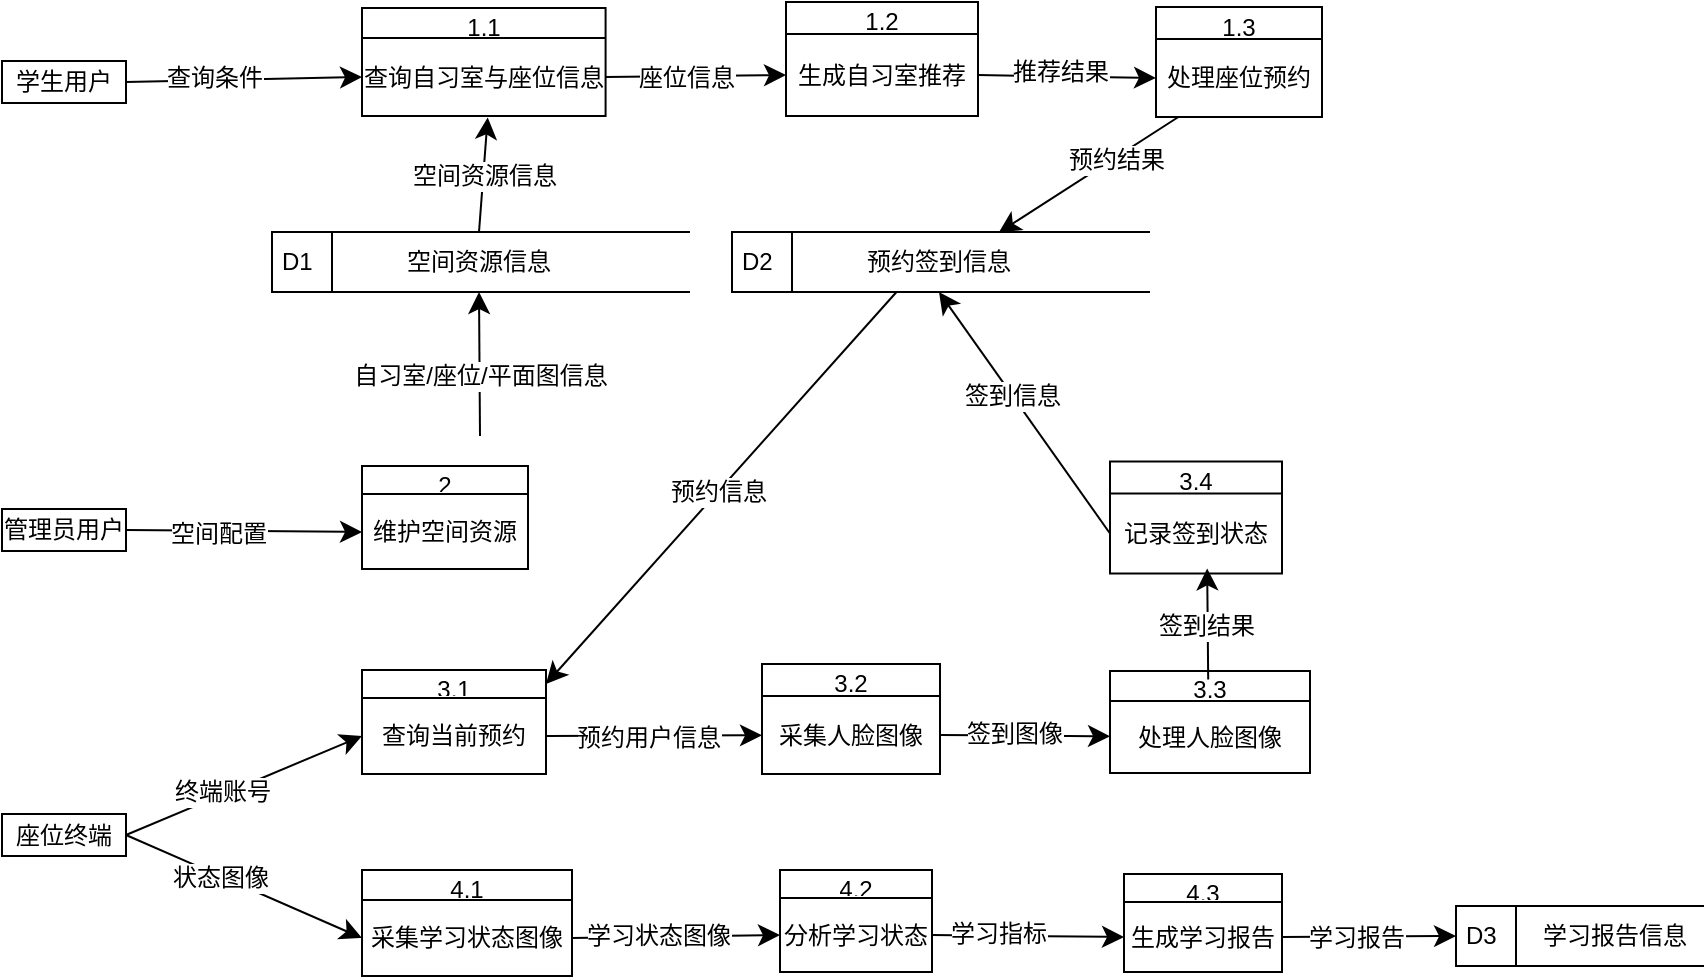
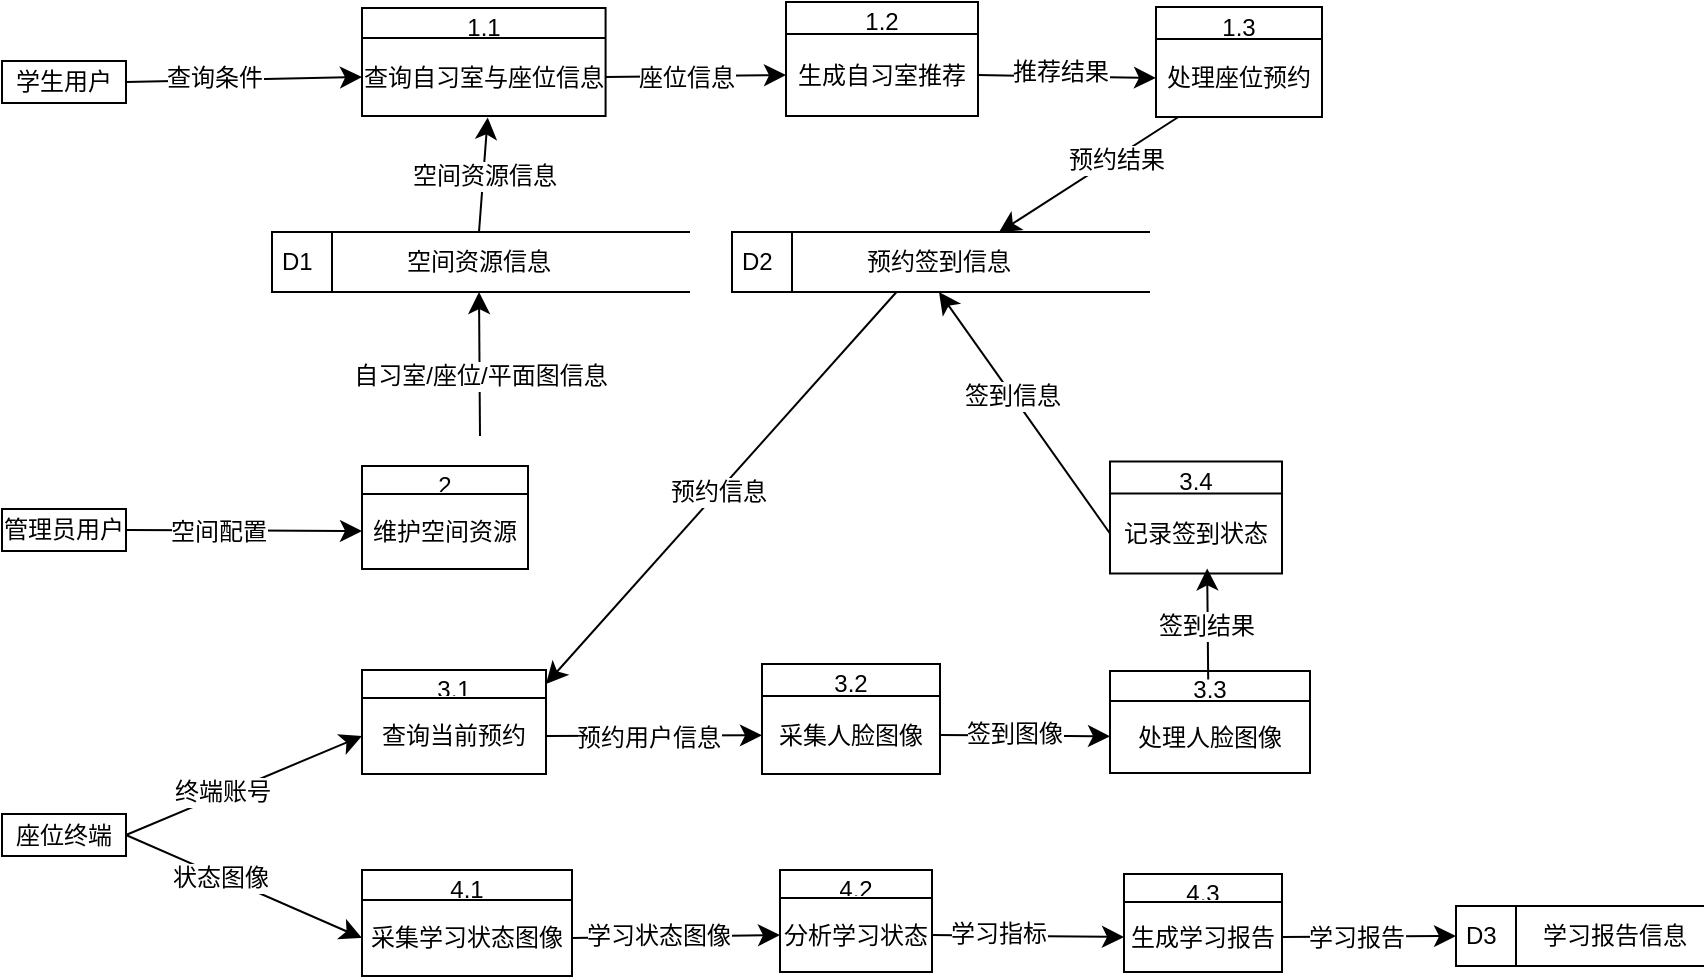
<mxfile host="app.diagrams.net">
  <diagram name="Page-1" id="rwQ87aoUKdvJ49dj3ggm">
    <mxGraphModel dx="1761" dy="1483" grid="0" gridSize="10" guides="1" tooltips="1" connect="1" arrows="1" fold="1" page="0" pageScale="1" pageWidth="827" pageHeight="1169" math="0" shadow="0">
      <root>
        <mxCell id="0" />
        <mxCell id="1" parent="0" />
        <mxCell id="03euvOwXVPt6zQrmq0_L-18" parent="1" style="whiteSpace=wrap;html=1;" value="学生用户" vertex="1">
          <mxGeometry height="21" width="62" x="-423" y="-694.5" as="geometry" />
        </mxCell>
        <mxCell id="03euvOwXVPt6zQrmq0_L-19" parent="1" style="shape=table;startSize=0;container=1;collapsible=0;childLayout=tableLayout;fixedHeader=1;" value="" vertex="1">
          <mxGeometry height="54" width="121.79171752929703" x="-243" y="-721" as="geometry" />
        </mxCell>
        <mxCell id="03euvOwXVPt6zQrmq0_L-20" parent="03euvOwXVPt6zQrmq0_L-19" style="shape=tableRow;horizontal=0;startSize=0;swimlaneHead=0;swimlaneBody=0;strokeColor=inherit;top=0;left=0;bottom=0;right=0;collapsible=0;dropTarget=0;fillColor=none;points=[[0,0.5],[1,0.5]];portConstraint=eastwest;fixedHeader=1;" value="" vertex="1">
          <mxGeometry height="15" width="121.79171752929703" as="geometry" />
        </mxCell>
        <mxCell id="03euvOwXVPt6zQrmq0_L-21" parent="03euvOwXVPt6zQrmq0_L-20" style="shape=partialRectangle;html=1;whiteSpace=wrap;connectable=0;strokeColor=inherit;overflow=hidden;fillColor=none;top=0;left=0;bottom=0;right=0;pointerEvents=1;" value="1.1" vertex="1">
          <mxGeometry height="15" width="122" as="geometry">
            <mxRectangle height="15" width="122" as="alternateBounds" />
          </mxGeometry>
        </mxCell>
        <mxCell id="03euvOwXVPt6zQrmq0_L-22" parent="03euvOwXVPt6zQrmq0_L-19" style="shape=tableRow;horizontal=0;startSize=0;swimlaneHead=0;swimlaneBody=0;strokeColor=inherit;top=0;left=0;bottom=0;right=0;collapsible=0;dropTarget=0;fillColor=none;points=[[0,0.5],[1,0.5]];portConstraint=eastwest;fixedHeader=1;" value="" vertex="1">
          <mxGeometry height="39" width="121.79171752929703" y="15" as="geometry" />
        </mxCell>
        <mxCell id="03euvOwXVPt6zQrmq0_L-23" parent="03euvOwXVPt6zQrmq0_L-22" style="shape=partialRectangle;html=1;whiteSpace=wrap;connectable=0;strokeColor=inherit;overflow=hidden;fillColor=none;top=0;left=0;bottom=0;right=0;pointerEvents=1;" value="查询自习室与座位信息" vertex="1">
          <mxGeometry height="39" width="122" as="geometry">
            <mxRectangle height="39" width="122" as="alternateBounds" />
          </mxGeometry>
        </mxCell>
        <mxCell id="03euvOwXVPt6zQrmq0_L-25" edge="1" parent="1" source="03euvOwXVPt6zQrmq0_L-18" style="edgeStyle=none;curved=1;rounded=0;orthogonalLoop=1;jettySize=auto;html=1;exitX=1;exitY=0.5;exitDx=0;exitDy=0;entryX=0;entryY=0.5;entryDx=0;entryDy=0;fontSize=12;startSize=8;endSize=8;" target="03euvOwXVPt6zQrmq0_L-22">
          <mxGeometry relative="1" as="geometry" />
        </mxCell>
        <mxCell id="03euvOwXVPt6zQrmq0_L-28" connectable="0" parent="03euvOwXVPt6zQrmq0_L-25" style="edgeLabel;html=1;align=center;verticalAlign=middle;resizable=0;points=[];fontSize=12;" value="查询条件" vertex="1">
          <mxGeometry relative="1" x="-0.2628" y="1" as="geometry">
            <mxPoint as="offset" />
          </mxGeometry>
        </mxCell>
        <mxCell id="03euvOwXVPt6zQrmq0_L-34" parent="1" style="shape=table;startSize=0;container=1;collapsible=0;childLayout=tableLayout;fixedHeader=1;" value="" vertex="1">
          <mxGeometry height="57" width="96" x="-31" y="-724" as="geometry" />
        </mxCell>
        <mxCell id="03euvOwXVPt6zQrmq0_L-35" parent="03euvOwXVPt6zQrmq0_L-34" style="shape=tableRow;horizontal=0;startSize=0;swimlaneHead=0;swimlaneBody=0;strokeColor=inherit;top=0;left=0;bottom=0;right=0;collapsible=0;dropTarget=0;fillColor=none;points=[[0,0.5],[1,0.5]];portConstraint=eastwest;fixedHeader=1;" value="" vertex="1">
          <mxGeometry height="16" width="96" as="geometry" />
        </mxCell>
        <mxCell id="03euvOwXVPt6zQrmq0_L-36" parent="03euvOwXVPt6zQrmq0_L-35" style="shape=partialRectangle;html=1;whiteSpace=wrap;connectable=0;strokeColor=inherit;overflow=hidden;fillColor=none;top=0;left=0;bottom=0;right=0;pointerEvents=1;" value="1.2" vertex="1">
          <mxGeometry height="16" width="96" as="geometry">
            <mxRectangle height="16" width="96" as="alternateBounds" />
          </mxGeometry>
        </mxCell>
        <mxCell id="03euvOwXVPt6zQrmq0_L-37" parent="03euvOwXVPt6zQrmq0_L-34" style="shape=tableRow;horizontal=0;startSize=0;swimlaneHead=0;swimlaneBody=0;strokeColor=inherit;top=0;left=0;bottom=0;right=0;collapsible=0;dropTarget=0;fillColor=none;points=[[0,0.5],[1,0.5]];portConstraint=eastwest;fixedHeader=1;" value="" vertex="1">
          <mxGeometry height="41" width="96" y="16" as="geometry" />
        </mxCell>
        <mxCell id="03euvOwXVPt6zQrmq0_L-38" parent="03euvOwXVPt6zQrmq0_L-37" style="shape=partialRectangle;html=1;whiteSpace=wrap;connectable=0;strokeColor=inherit;overflow=hidden;fillColor=none;top=0;left=0;bottom=0;right=0;pointerEvents=1;" value="生成自习室推荐" vertex="1">
          <mxGeometry height="41" width="96" as="geometry">
            <mxRectangle height="41" width="96" as="alternateBounds" />
          </mxGeometry>
        </mxCell>
        <mxCell id="03euvOwXVPt6zQrmq0_L-39" parent="1" style="shape=table;startSize=0;container=1;collapsible=0;childLayout=tableLayout;fixedHeader=1;" value="" vertex="1">
          <mxGeometry height="55" width="83" x="154" y="-721.5" as="geometry" />
        </mxCell>
        <mxCell id="03euvOwXVPt6zQrmq0_L-40" parent="03euvOwXVPt6zQrmq0_L-39" style="shape=tableRow;horizontal=0;startSize=0;swimlaneHead=0;swimlaneBody=0;strokeColor=inherit;top=0;left=0;bottom=0;right=0;collapsible=0;dropTarget=0;fillColor=none;points=[[0,0.5],[1,0.5]];portConstraint=eastwest;fixedHeader=1;" value="" vertex="1">
          <mxGeometry height="16" width="83" as="geometry" />
        </mxCell>
        <mxCell id="03euvOwXVPt6zQrmq0_L-41" parent="03euvOwXVPt6zQrmq0_L-40" style="shape=partialRectangle;html=1;whiteSpace=wrap;connectable=0;strokeColor=inherit;overflow=hidden;fillColor=none;top=0;left=0;bottom=0;right=0;pointerEvents=1;" value="1.3" vertex="1">
          <mxGeometry height="16" width="83" as="geometry">
            <mxRectangle height="16" width="83" as="alternateBounds" />
          </mxGeometry>
        </mxCell>
        <mxCell id="03euvOwXVPt6zQrmq0_L-42" parent="03euvOwXVPt6zQrmq0_L-39" style="shape=tableRow;horizontal=0;startSize=0;swimlaneHead=0;swimlaneBody=0;strokeColor=inherit;top=0;left=0;bottom=0;right=0;collapsible=0;dropTarget=0;fillColor=none;points=[[0,0.5],[1,0.5]];portConstraint=eastwest;fixedHeader=1;" value="" vertex="1">
          <mxGeometry height="39" width="83" y="16" as="geometry" />
        </mxCell>
        <mxCell id="03euvOwXVPt6zQrmq0_L-43" parent="03euvOwXVPt6zQrmq0_L-42" style="shape=partialRectangle;html=1;whiteSpace=wrap;connectable=0;strokeColor=inherit;overflow=hidden;fillColor=none;top=0;left=0;bottom=0;right=0;pointerEvents=1;" value="处理座位预约" vertex="1">
          <mxGeometry height="39" width="83" as="geometry">
            <mxRectangle height="39" width="83" as="alternateBounds" />
          </mxGeometry>
        </mxCell>
        <mxCell id="03euvOwXVPt6zQrmq0_L-44" parent="1" style="html=1;dashed=0;whiteSpace=wrap;shape=mxgraph.dfd.dataStoreID;align=left;spacingLeft=3;points=[[0,0],[0.5,0],[1,0],[0,0.5],[1,0.5],[0,1],[0.5,1],[1,1]];" value="D1" vertex="1">
          <mxGeometry height="30" width="209" x="-288" y="-609" as="geometry" />
        </mxCell>
        <mxCell id="03euvOwXVPt6zQrmq0_L-47" edge="1" parent="1" source="03euvOwXVPt6zQrmq0_L-22" style="edgeStyle=none;curved=1;rounded=0;orthogonalLoop=1;jettySize=auto;html=1;exitX=1;exitY=0.5;exitDx=0;exitDy=0;entryX=0;entryY=0.5;entryDx=0;entryDy=0;fontSize=12;startSize=8;endSize=8;" target="03euvOwXVPt6zQrmq0_L-37">
          <mxGeometry relative="1" as="geometry" />
        </mxCell>
        <mxCell id="03euvOwXVPt6zQrmq0_L-48" connectable="0" parent="03euvOwXVPt6zQrmq0_L-47" style="edgeLabel;html=1;align=center;verticalAlign=middle;resizable=0;points=[];fontSize=12;" value="座位信息" vertex="1">
          <mxGeometry relative="1" x="-0.1236" y="-1" as="geometry">
            <mxPoint as="offset" />
          </mxGeometry>
        </mxCell>
        <mxCell id="03euvOwXVPt6zQrmq0_L-49" parent="1" style="text;html=1;whiteSpace=wrap;strokeColor=none;fillColor=none;align=center;verticalAlign=middle;rounded=0;fontSize=12;" value="空间资源信息" vertex="1">
          <mxGeometry height="30" width="85" x="-227" y="-609" as="geometry" />
        </mxCell>
        <mxCell id="03euvOwXVPt6zQrmq0_L-51" edge="1" parent="1" source="03euvOwXVPt6zQrmq0_L-37" style="edgeStyle=none;curved=1;rounded=0;orthogonalLoop=1;jettySize=auto;html=1;exitX=1;exitY=0.5;exitDx=0;exitDy=0;entryX=0;entryY=0.5;entryDx=0;entryDy=0;fontSize=12;startSize=8;endSize=8;" target="03euvOwXVPt6zQrmq0_L-42">
          <mxGeometry relative="1" as="geometry" />
        </mxCell>
        <mxCell id="03euvOwXVPt6zQrmq0_L-52" connectable="0" parent="03euvOwXVPt6zQrmq0_L-51" style="edgeLabel;html=1;align=center;verticalAlign=middle;resizable=0;points=[];fontSize=12;" value="推荐结果" vertex="1">
          <mxGeometry relative="1" x="-0.0884" y="2" as="geometry">
            <mxPoint as="offset" />
          </mxGeometry>
        </mxCell>
        <mxCell id="03euvOwXVPt6zQrmq0_L-53" parent="1" style="html=1;dashed=0;whiteSpace=wrap;shape=mxgraph.dfd.dataStoreID;align=left;spacingLeft=3;points=[[0,0],[0.5,0],[1,0],[0,0.5],[1,0.5],[0,1],[0.5,1],[1,1]];" value="D2" vertex="1">
          <mxGeometry height="30" width="209" x="-58" y="-609" as="geometry" />
        </mxCell>
        <mxCell id="03euvOwXVPt6zQrmq0_L-140" edge="1" parent="1" source="03euvOwXVPt6zQrmq0_L-54" style="edgeStyle=none;curved=1;rounded=0;orthogonalLoop=1;jettySize=auto;html=1;exitX=0.25;exitY=1;exitDx=0;exitDy=0;entryX=1;entryY=0.5;entryDx=0;entryDy=0;fontSize=12;startSize=8;endSize=8;" target="03euvOwXVPt6zQrmq0_L-58">
          <mxGeometry relative="1" as="geometry" />
        </mxCell>
        <mxCell id="03euvOwXVPt6zQrmq0_L-141" connectable="0" parent="03euvOwXVPt6zQrmq0_L-140" style="edgeLabel;html=1;align=center;verticalAlign=middle;resizable=0;points=[];fontSize=12;" value="预约信息" vertex="1">
          <mxGeometry relative="1" x="0.02" as="geometry">
            <mxPoint as="offset" />
          </mxGeometry>
        </mxCell>
        <mxCell id="03euvOwXVPt6zQrmq0_L-54" parent="1" style="text;html=1;whiteSpace=wrap;strokeColor=none;fillColor=none;align=center;verticalAlign=middle;rounded=0;fontSize=12;" value="预约签到信息" vertex="1">
          <mxGeometry height="30" width="85" x="3" y="-609" as="geometry" />
        </mxCell>
        <mxCell id="03euvOwXVPt6zQrmq0_L-77" edge="1" parent="1" source="03euvOwXVPt6zQrmq0_L-56" style="edgeStyle=none;curved=1;rounded=0;orthogonalLoop=1;jettySize=auto;html=1;exitX=1;exitY=0.5;exitDx=0;exitDy=0;entryX=0;entryY=0.5;entryDx=0;entryDy=0;fontSize=12;startSize=8;endSize=8;" target="03euvOwXVPt6zQrmq0_L-60">
          <mxGeometry relative="1" as="geometry" />
        </mxCell>
        <mxCell id="03euvOwXVPt6zQrmq0_L-80" connectable="0" parent="03euvOwXVPt6zQrmq0_L-77" style="edgeLabel;html=1;align=center;verticalAlign=middle;resizable=0;points=[];fontSize=12;" value="终端账号" vertex="1">
          <mxGeometry relative="1" x="-0.1707" y="2" as="geometry">
            <mxPoint y="1" as="offset" />
          </mxGeometry>
        </mxCell>
        <mxCell id="03euvOwXVPt6zQrmq0_L-100" edge="1" parent="1" source="03euvOwXVPt6zQrmq0_L-56" style="edgeStyle=none;curved=1;rounded=0;orthogonalLoop=1;jettySize=auto;html=1;exitX=1;exitY=0.5;exitDx=0;exitDy=0;entryX=0;entryY=0.5;entryDx=0;entryDy=0;fontSize=12;startSize=8;endSize=8;" target="03euvOwXVPt6zQrmq0_L-97">
          <mxGeometry relative="1" as="geometry" />
        </mxCell>
        <mxCell id="03euvOwXVPt6zQrmq0_L-101" connectable="0" parent="03euvOwXVPt6zQrmq0_L-100" style="edgeLabel;html=1;align=center;verticalAlign=middle;resizable=0;points=[];fontSize=12;" value="状态图像" vertex="1">
          <mxGeometry relative="1" x="-0.3383" y="1" as="geometry">
            <mxPoint x="7" y="5" as="offset" />
          </mxGeometry>
        </mxCell>
        <mxCell id="03euvOwXVPt6zQrmq0_L-56" parent="1" style="whiteSpace=wrap;html=1;" value="座位终端" vertex="1">
          <mxGeometry height="21" width="62" x="-423" y="-318" as="geometry" />
        </mxCell>
        <mxCell id="03euvOwXVPt6zQrmq0_L-57" parent="1" style="shape=table;startSize=0;container=1;collapsible=0;childLayout=tableLayout;fixedHeader=1;" value="" vertex="1">
          <mxGeometry height="52" width="92" x="-243" y="-390" as="geometry" />
        </mxCell>
        <mxCell id="03euvOwXVPt6zQrmq0_L-58" parent="03euvOwXVPt6zQrmq0_L-57" style="shape=tableRow;horizontal=0;startSize=0;swimlaneHead=0;swimlaneBody=0;strokeColor=inherit;top=0;left=0;bottom=0;right=0;collapsible=0;dropTarget=0;fillColor=none;points=[[0,0.5],[1,0.5]];portConstraint=eastwest;fixedHeader=1;" value="" vertex="1">
          <mxGeometry height="14" width="92" as="geometry" />
        </mxCell>
        <mxCell id="03euvOwXVPt6zQrmq0_L-59" parent="03euvOwXVPt6zQrmq0_L-58" style="shape=partialRectangle;html=1;whiteSpace=wrap;connectable=0;strokeColor=inherit;overflow=hidden;fillColor=none;top=0;left=0;bottom=0;right=0;pointerEvents=1;" value="3.1" vertex="1">
          <mxGeometry height="14" width="92" as="geometry">
            <mxRectangle height="14" width="92" as="alternateBounds" />
          </mxGeometry>
        </mxCell>
        <mxCell id="03euvOwXVPt6zQrmq0_L-60" parent="03euvOwXVPt6zQrmq0_L-57" style="shape=tableRow;horizontal=0;startSize=0;swimlaneHead=0;swimlaneBody=0;strokeColor=inherit;top=0;left=0;bottom=0;right=0;collapsible=0;dropTarget=0;fillColor=none;points=[[0,0.5],[1,0.5]];portConstraint=eastwest;fixedHeader=1;" value="" vertex="1">
          <mxGeometry height="38" width="92" y="14" as="geometry" />
        </mxCell>
        <mxCell id="03euvOwXVPt6zQrmq0_L-61" parent="03euvOwXVPt6zQrmq0_L-60" style="shape=partialRectangle;html=1;whiteSpace=wrap;connectable=0;strokeColor=inherit;overflow=hidden;fillColor=none;top=0;left=0;bottom=0;right=0;pointerEvents=1;" value="查询当前预约" vertex="1">
          <mxGeometry height="38" width="92" as="geometry">
            <mxRectangle height="38" width="92" as="alternateBounds" />
          </mxGeometry>
        </mxCell>
        <mxCell id="03euvOwXVPt6zQrmq0_L-62" parent="1" style="shape=table;startSize=0;container=1;collapsible=0;childLayout=tableLayout;fixedHeader=1;" value="" vertex="1">
          <mxGeometry height="55" width="89" x="-43" y="-393" as="geometry" />
        </mxCell>
        <mxCell id="03euvOwXVPt6zQrmq0_L-63" parent="03euvOwXVPt6zQrmq0_L-62" style="shape=tableRow;horizontal=0;startSize=0;swimlaneHead=0;swimlaneBody=0;strokeColor=inherit;top=0;left=0;bottom=0;right=0;collapsible=0;dropTarget=0;fillColor=none;points=[[0,0.5],[1,0.5]];portConstraint=eastwest;fixedHeader=1;" value="" vertex="1">
          <mxGeometry height="16" width="89" as="geometry" />
        </mxCell>
        <mxCell id="03euvOwXVPt6zQrmq0_L-64" parent="03euvOwXVPt6zQrmq0_L-63" style="shape=partialRectangle;html=1;whiteSpace=wrap;connectable=0;strokeColor=inherit;overflow=hidden;fillColor=none;top=0;left=0;bottom=0;right=0;pointerEvents=1;" value="3.2" vertex="1">
          <mxGeometry height="16" width="89" as="geometry">
            <mxRectangle height="16" width="89" as="alternateBounds" />
          </mxGeometry>
        </mxCell>
        <mxCell id="03euvOwXVPt6zQrmq0_L-65" parent="03euvOwXVPt6zQrmq0_L-62" style="shape=tableRow;horizontal=0;startSize=0;swimlaneHead=0;swimlaneBody=0;strokeColor=inherit;top=0;left=0;bottom=0;right=0;collapsible=0;dropTarget=0;fillColor=none;points=[[0,0.5],[1,0.5]];portConstraint=eastwest;fixedHeader=1;" value="" vertex="1">
          <mxGeometry height="39" width="89" y="16" as="geometry" />
        </mxCell>
        <mxCell id="03euvOwXVPt6zQrmq0_L-66" parent="03euvOwXVPt6zQrmq0_L-65" style="shape=partialRectangle;html=1;whiteSpace=wrap;connectable=0;strokeColor=inherit;overflow=hidden;fillColor=none;top=0;left=0;bottom=0;right=0;pointerEvents=1;" value="采集人脸图像" vertex="1">
          <mxGeometry height="39" width="89" as="geometry">
            <mxRectangle height="39" width="89" as="alternateBounds" />
          </mxGeometry>
        </mxCell>
        <mxCell id="03euvOwXVPt6zQrmq0_L-67" parent="1" style="shape=table;startSize=0;container=1;collapsible=0;childLayout=tableLayout;fixedHeader=1;" value="" vertex="1">
          <mxGeometry height="51" width="100" x="131" y="-389.5" as="geometry" />
        </mxCell>
        <mxCell id="03euvOwXVPt6zQrmq0_L-68" parent="03euvOwXVPt6zQrmq0_L-67" style="shape=tableRow;horizontal=0;startSize=0;swimlaneHead=0;swimlaneBody=0;strokeColor=inherit;top=0;left=0;bottom=0;right=0;collapsible=0;dropTarget=0;fillColor=none;points=[[0,0.5],[1,0.5]];portConstraint=eastwest;fixedHeader=1;" value="" vertex="1">
          <mxGeometry height="15" width="100" as="geometry" />
        </mxCell>
        <mxCell id="03euvOwXVPt6zQrmq0_L-69" parent="03euvOwXVPt6zQrmq0_L-68" style="shape=partialRectangle;html=1;whiteSpace=wrap;connectable=0;strokeColor=inherit;overflow=hidden;fillColor=none;top=0;left=0;bottom=0;right=0;pointerEvents=1;" value="3.3" vertex="1">
          <mxGeometry height="15" width="100" as="geometry">
            <mxRectangle height="15" width="100" as="alternateBounds" />
          </mxGeometry>
        </mxCell>
        <mxCell id="03euvOwXVPt6zQrmq0_L-70" parent="03euvOwXVPt6zQrmq0_L-67" style="shape=tableRow;horizontal=0;startSize=0;swimlaneHead=0;swimlaneBody=0;strokeColor=inherit;top=0;left=0;bottom=0;right=0;collapsible=0;dropTarget=0;fillColor=none;points=[[0,0.5],[1,0.5]];portConstraint=eastwest;fixedHeader=1;" value="" vertex="1">
          <mxGeometry height="36" width="100" y="15" as="geometry" />
        </mxCell>
        <mxCell id="03euvOwXVPt6zQrmq0_L-71" parent="03euvOwXVPt6zQrmq0_L-70" style="shape=partialRectangle;html=1;whiteSpace=wrap;connectable=0;strokeColor=inherit;overflow=hidden;fillColor=none;top=0;left=0;bottom=0;right=0;pointerEvents=1;" value="处理人脸图像" vertex="1">
          <mxGeometry height="36" width="100" as="geometry">
            <mxRectangle height="36" width="100" as="alternateBounds" />
          </mxGeometry>
        </mxCell>
        <mxCell id="03euvOwXVPt6zQrmq0_L-72" parent="1" style="shape=table;startSize=0;container=1;collapsible=0;childLayout=tableLayout;fixedHeader=1;" value="" vertex="1">
          <mxGeometry height="56" width="86" x="131" y="-494.25" as="geometry" />
        </mxCell>
        <mxCell id="03euvOwXVPt6zQrmq0_L-73" parent="03euvOwXVPt6zQrmq0_L-72" style="shape=tableRow;horizontal=0;startSize=0;swimlaneHead=0;swimlaneBody=0;strokeColor=inherit;top=0;left=0;bottom=0;right=0;collapsible=0;dropTarget=0;fillColor=none;points=[[0,0.5],[1,0.5]];portConstraint=eastwest;fixedHeader=1;" value="" vertex="1">
          <mxGeometry height="16" width="86" as="geometry" />
        </mxCell>
        <mxCell id="03euvOwXVPt6zQrmq0_L-74" parent="03euvOwXVPt6zQrmq0_L-73" style="shape=partialRectangle;html=1;whiteSpace=wrap;connectable=0;strokeColor=inherit;overflow=hidden;fillColor=none;top=0;left=0;bottom=0;right=0;pointerEvents=1;" value="3.4" vertex="1">
          <mxGeometry height="16" width="86" as="geometry">
            <mxRectangle height="16" width="86" as="alternateBounds" />
          </mxGeometry>
        </mxCell>
        <mxCell id="03euvOwXVPt6zQrmq0_L-75" parent="03euvOwXVPt6zQrmq0_L-72" style="shape=tableRow;horizontal=0;startSize=0;swimlaneHead=0;swimlaneBody=0;strokeColor=inherit;top=0;left=0;bottom=0;right=0;collapsible=0;dropTarget=0;fillColor=none;points=[[0,0.5],[1,0.5]];portConstraint=eastwest;fixedHeader=1;" value="" vertex="1">
          <mxGeometry height="40" width="86" y="16" as="geometry" />
        </mxCell>
        <mxCell id="03euvOwXVPt6zQrmq0_L-76" parent="03euvOwXVPt6zQrmq0_L-75" style="shape=partialRectangle;html=1;whiteSpace=wrap;connectable=0;strokeColor=inherit;overflow=hidden;fillColor=none;top=0;left=0;bottom=0;right=0;pointerEvents=1;" value="记录签到状态" vertex="1">
          <mxGeometry height="40" width="86" as="geometry">
            <mxRectangle height="40" width="86" as="alternateBounds" />
          </mxGeometry>
        </mxCell>
        <mxCell id="03euvOwXVPt6zQrmq0_L-78" edge="1" parent="1" source="03euvOwXVPt6zQrmq0_L-60" style="edgeStyle=none;curved=1;rounded=0;orthogonalLoop=1;jettySize=auto;html=1;exitX=1;exitY=0.5;exitDx=0;exitDy=0;fontSize=12;startSize=8;endSize=8;" target="03euvOwXVPt6zQrmq0_L-65">
          <mxGeometry relative="1" as="geometry" />
        </mxCell>
        <mxCell id="03euvOwXVPt6zQrmq0_L-81" connectable="0" parent="03euvOwXVPt6zQrmq0_L-78" style="edgeLabel;html=1;align=center;verticalAlign=middle;resizable=0;points=[];fontSize=12;" value="预约用户信息" vertex="1">
          <mxGeometry relative="1" x="-0.0667" as="geometry">
            <mxPoint y="1" as="offset" />
          </mxGeometry>
        </mxCell>
        <mxCell id="03euvOwXVPt6zQrmq0_L-79" edge="1" parent="1" source="03euvOwXVPt6zQrmq0_L-65" style="edgeStyle=none;curved=1;rounded=0;orthogonalLoop=1;jettySize=auto;html=1;exitX=1;exitY=0.5;exitDx=0;exitDy=0;fontSize=12;startSize=8;endSize=8;" target="03euvOwXVPt6zQrmq0_L-70">
          <mxGeometry relative="1" as="geometry" />
        </mxCell>
        <mxCell id="03euvOwXVPt6zQrmq0_L-82" connectable="0" parent="03euvOwXVPt6zQrmq0_L-79" style="edgeLabel;html=1;align=center;verticalAlign=middle;resizable=0;points=[];fontSize=12;" value="签到图像" vertex="1">
          <mxGeometry relative="1" x="-0.1429" y="2" as="geometry">
            <mxPoint y="1" as="offset" />
          </mxGeometry>
        </mxCell>
        <mxCell id="03euvOwXVPt6zQrmq0_L-86" edge="1" parent="1" source="03euvOwXVPt6zQrmq0_L-49" style="edgeStyle=none;curved=1;rounded=0;orthogonalLoop=1;jettySize=auto;html=1;exitX=0.5;exitY=0;exitDx=0;exitDy=0;entryX=0.516;entryY=1.019;entryDx=0;entryDy=0;entryPerimeter=0;fontSize=12;startSize=8;endSize=8;" target="03euvOwXVPt6zQrmq0_L-22">
          <mxGeometry relative="1" as="geometry" />
        </mxCell>
        <mxCell id="03euvOwXVPt6zQrmq0_L-91" connectable="0" parent="03euvOwXVPt6zQrmq0_L-86" style="edgeLabel;html=1;align=center;verticalAlign=middle;resizable=0;points=[];fontSize=12;" value="空间资源信息" vertex="1">
          <mxGeometry relative="1" x="-0.028" as="geometry">
            <mxPoint as="offset" />
          </mxGeometry>
        </mxCell>
        <mxCell id="03euvOwXVPt6zQrmq0_L-87" edge="1" parent="1" source="03euvOwXVPt6zQrmq0_L-42" style="endArrow=classic;html=1;rounded=0;fontSize=12;startSize=8;endSize=8;curved=1;entryX=0.851;entryY=0.01;entryDx=0;entryDy=0;entryPerimeter=0;" target="03euvOwXVPt6zQrmq0_L-54" value="">
          <mxGeometry height="50" relative="1" width="50" as="geometry">
            <mxPoint x="126" y="-469" as="sourcePoint" />
            <mxPoint x="176" y="-519" as="targetPoint" />
          </mxGeometry>
        </mxCell>
        <mxCell id="03euvOwXVPt6zQrmq0_L-90" connectable="0" parent="03euvOwXVPt6zQrmq0_L-87" style="edgeLabel;html=1;align=center;verticalAlign=middle;resizable=0;points=[];fontSize=12;" value="预约结果" vertex="1">
          <mxGeometry relative="1" x="-0.2794" y="1" as="geometry">
            <mxPoint as="offset" />
          </mxGeometry>
        </mxCell>
        <mxCell id="03euvOwXVPt6zQrmq0_L-94" parent="1" style="shape=table;startSize=0;container=1;collapsible=0;childLayout=tableLayout;fixedHeader=1;" value="" vertex="1">
          <mxGeometry height="53" width="105" x="-243" y="-290" as="geometry" />
        </mxCell>
        <mxCell id="03euvOwXVPt6zQrmq0_L-95" parent="03euvOwXVPt6zQrmq0_L-94" style="shape=tableRow;horizontal=0;startSize=0;swimlaneHead=0;swimlaneBody=0;strokeColor=inherit;top=0;left=0;bottom=0;right=0;collapsible=0;dropTarget=0;fillColor=none;points=[[0,0.5],[1,0.5]];portConstraint=eastwest;fixedHeader=1;" value="" vertex="1">
          <mxGeometry height="15" width="105" as="geometry" />
        </mxCell>
        <mxCell id="03euvOwXVPt6zQrmq0_L-96" parent="03euvOwXVPt6zQrmq0_L-95" style="shape=partialRectangle;html=1;whiteSpace=wrap;connectable=0;strokeColor=inherit;overflow=hidden;fillColor=none;top=0;left=0;bottom=0;right=0;pointerEvents=1;" value="4.1" vertex="1">
          <mxGeometry height="15" width="105" as="geometry">
            <mxRectangle height="15" width="105" as="alternateBounds" />
          </mxGeometry>
        </mxCell>
        <mxCell id="03euvOwXVPt6zQrmq0_L-97" parent="03euvOwXVPt6zQrmq0_L-94" style="shape=tableRow;horizontal=0;startSize=0;swimlaneHead=0;swimlaneBody=0;strokeColor=inherit;top=0;left=0;bottom=0;right=0;collapsible=0;dropTarget=0;fillColor=none;points=[[0,0.5],[1,0.5]];portConstraint=eastwest;fixedHeader=1;" value="" vertex="1">
          <mxGeometry height="38" width="105" y="15" as="geometry" />
        </mxCell>
        <mxCell id="03euvOwXVPt6zQrmq0_L-98" parent="03euvOwXVPt6zQrmq0_L-97" style="shape=partialRectangle;html=1;whiteSpace=wrap;connectable=0;strokeColor=inherit;overflow=hidden;fillColor=none;top=0;left=0;bottom=0;right=0;pointerEvents=1;" value="采集学习状态图像" vertex="1">
          <mxGeometry height="38" width="105" as="geometry">
            <mxRectangle height="38" width="105" as="alternateBounds" />
          </mxGeometry>
        </mxCell>
        <mxCell id="03euvOwXVPt6zQrmq0_L-103" parent="1" style="shape=table;startSize=0;container=1;collapsible=0;childLayout=tableLayout;fixedHeader=1;" value="" vertex="1">
          <mxGeometry height="51" width="76" x="-34" y="-290" as="geometry" />
        </mxCell>
        <mxCell id="03euvOwXVPt6zQrmq0_L-104" parent="03euvOwXVPt6zQrmq0_L-103" style="shape=tableRow;horizontal=0;startSize=0;swimlaneHead=0;swimlaneBody=0;strokeColor=inherit;top=0;left=0;bottom=0;right=0;collapsible=0;dropTarget=0;fillColor=none;points=[[0,0.5],[1,0.5]];portConstraint=eastwest;fixedHeader=1;" value="" vertex="1">
          <mxGeometry height="14" width="76" as="geometry" />
        </mxCell>
        <mxCell id="03euvOwXVPt6zQrmq0_L-105" parent="03euvOwXVPt6zQrmq0_L-104" style="shape=partialRectangle;html=1;whiteSpace=wrap;connectable=0;strokeColor=inherit;overflow=hidden;fillColor=none;top=0;left=0;bottom=0;right=0;pointerEvents=1;" value="4.2" vertex="1">
          <mxGeometry height="14" width="76" as="geometry">
            <mxRectangle height="14" width="76" as="alternateBounds" />
          </mxGeometry>
        </mxCell>
        <mxCell id="03euvOwXVPt6zQrmq0_L-106" parent="03euvOwXVPt6zQrmq0_L-103" style="shape=tableRow;horizontal=0;startSize=0;swimlaneHead=0;swimlaneBody=0;strokeColor=inherit;top=0;left=0;bottom=0;right=0;collapsible=0;dropTarget=0;fillColor=none;points=[[0,0.5],[1,0.5]];portConstraint=eastwest;fixedHeader=1;" value="" vertex="1">
          <mxGeometry height="37" width="76" y="14" as="geometry" />
        </mxCell>
        <mxCell id="03euvOwXVPt6zQrmq0_L-107" parent="03euvOwXVPt6zQrmq0_L-106" style="shape=partialRectangle;html=1;whiteSpace=wrap;connectable=0;strokeColor=inherit;overflow=hidden;fillColor=none;top=0;left=0;bottom=0;right=0;pointerEvents=1;" value="分析学习状态" vertex="1">
          <mxGeometry height="37" width="76" as="geometry">
            <mxRectangle height="37" width="76" as="alternateBounds" />
          </mxGeometry>
        </mxCell>
        <mxCell id="03euvOwXVPt6zQrmq0_L-108" parent="1" style="shape=table;startSize=0;container=1;collapsible=0;childLayout=tableLayout;fixedHeader=1;" value="" vertex="1">
          <mxGeometry height="49" width="79" x="138" y="-288" as="geometry" />
        </mxCell>
        <mxCell id="03euvOwXVPt6zQrmq0_L-109" parent="03euvOwXVPt6zQrmq0_L-108" style="shape=tableRow;horizontal=0;startSize=0;swimlaneHead=0;swimlaneBody=0;strokeColor=inherit;top=0;left=0;bottom=0;right=0;collapsible=0;dropTarget=0;fillColor=none;points=[[0,0.5],[1,0.5]];portConstraint=eastwest;fixedHeader=1;" value="" vertex="1">
          <mxGeometry height="14" width="79" as="geometry" />
        </mxCell>
        <mxCell id="03euvOwXVPt6zQrmq0_L-110" parent="03euvOwXVPt6zQrmq0_L-109" style="shape=partialRectangle;html=1;whiteSpace=wrap;connectable=0;strokeColor=inherit;overflow=hidden;fillColor=none;top=0;left=0;bottom=0;right=0;pointerEvents=1;" value="4.3" vertex="1">
          <mxGeometry height="14" width="79" as="geometry">
            <mxRectangle height="14" width="79" as="alternateBounds" />
          </mxGeometry>
        </mxCell>
        <mxCell id="03euvOwXVPt6zQrmq0_L-111" parent="03euvOwXVPt6zQrmq0_L-108" style="shape=tableRow;horizontal=0;startSize=0;swimlaneHead=0;swimlaneBody=0;strokeColor=inherit;top=0;left=0;bottom=0;right=0;collapsible=0;dropTarget=0;fillColor=none;points=[[0,0.5],[1,0.5]];portConstraint=eastwest;fixedHeader=1;" value="" vertex="1">
          <mxGeometry height="35" width="79" y="14" as="geometry" />
        </mxCell>
        <mxCell id="03euvOwXVPt6zQrmq0_L-112" parent="03euvOwXVPt6zQrmq0_L-111" style="shape=partialRectangle;html=1;whiteSpace=wrap;connectable=0;strokeColor=inherit;overflow=hidden;fillColor=none;top=0;left=0;bottom=0;right=0;pointerEvents=1;" value="生成学习报告" vertex="1">
          <mxGeometry height="35" width="79" as="geometry">
            <mxRectangle height="35" width="79" as="alternateBounds" />
          </mxGeometry>
        </mxCell>
        <mxCell id="03euvOwXVPt6zQrmq0_L-113" edge="1" parent="1" source="03euvOwXVPt6zQrmq0_L-97" style="edgeStyle=none;curved=1;rounded=0;orthogonalLoop=1;jettySize=auto;html=1;exitX=1;exitY=0.5;exitDx=0;exitDy=0;entryX=0;entryY=0.5;entryDx=0;entryDy=0;fontSize=12;startSize=8;endSize=8;" target="03euvOwXVPt6zQrmq0_L-106">
          <mxGeometry relative="1" as="geometry" />
        </mxCell>
        <mxCell id="03euvOwXVPt6zQrmq0_L-114" connectable="0" parent="03euvOwXVPt6zQrmq0_L-113" style="edgeLabel;html=1;align=center;verticalAlign=middle;resizable=0;points=[];fontSize=12;" value="学习状态图像" vertex="1">
          <mxGeometry relative="1" x="-0.1704" y="1" as="geometry">
            <mxPoint as="offset" />
          </mxGeometry>
        </mxCell>
        <mxCell id="03euvOwXVPt6zQrmq0_L-115" edge="1" parent="1" source="03euvOwXVPt6zQrmq0_L-106" style="edgeStyle=none;curved=1;rounded=0;orthogonalLoop=1;jettySize=auto;html=1;exitX=1;exitY=0.5;exitDx=0;exitDy=0;entryX=0;entryY=0.5;entryDx=0;entryDy=0;fontSize=12;startSize=8;endSize=8;" target="03euvOwXVPt6zQrmq0_L-111">
          <mxGeometry relative="1" as="geometry" />
        </mxCell>
        <mxCell id="03euvOwXVPt6zQrmq0_L-116" connectable="0" parent="03euvOwXVPt6zQrmq0_L-115" style="edgeLabel;html=1;align=center;verticalAlign=middle;resizable=0;points=[];fontSize=12;" value="学习指标" vertex="1">
          <mxGeometry relative="1" x="-0.308" y="1" as="geometry">
            <mxPoint as="offset" />
          </mxGeometry>
        </mxCell>
        <mxCell id="03euvOwXVPt6zQrmq0_L-117" parent="1" style="html=1;dashed=0;whiteSpace=wrap;shape=mxgraph.dfd.dataStoreID;align=left;spacingLeft=3;points=[[0,0],[0.5,0],[1,0],[0,0.5],[1,0.5],[0,1],[0.5,1],[1,1]];" value="D3" vertex="1">
          <mxGeometry height="30" width="124" x="304" y="-272" as="geometry" />
        </mxCell>
        <mxCell id="03euvOwXVPt6zQrmq0_L-118" parent="1" style="text;html=1;whiteSpace=wrap;strokeColor=none;fillColor=none;align=center;verticalAlign=middle;rounded=0;fontSize=12;" value="学习报告信息" vertex="1">
          <mxGeometry height="30" width="85" x="341" y="-272" as="geometry" />
        </mxCell>
        <mxCell id="03euvOwXVPt6zQrmq0_L-119" edge="1" parent="1" source="03euvOwXVPt6zQrmq0_L-111" style="edgeStyle=none;curved=1;rounded=0;orthogonalLoop=1;jettySize=auto;html=1;exitX=1;exitY=0.5;exitDx=0;exitDy=0;entryX=0;entryY=0.5;entryDx=0;entryDy=0;fontSize=12;startSize=8;endSize=8;" target="03euvOwXVPt6zQrmq0_L-117">
          <mxGeometry relative="1" as="geometry" />
        </mxCell>
        <mxCell id="03euvOwXVPt6zQrmq0_L-144" connectable="0" parent="03euvOwXVPt6zQrmq0_L-119" style="edgeLabel;html=1;align=center;verticalAlign=middle;resizable=0;points=[];fontSize=12;" value="学习报告" vertex="1">
          <mxGeometry relative="1" x="-0.1451" as="geometry">
            <mxPoint as="offset" />
          </mxGeometry>
        </mxCell>
        <mxCell id="03euvOwXVPt6zQrmq0_L-126" edge="1" parent="1" source="03euvOwXVPt6zQrmq0_L-120" style="edgeStyle=none;curved=1;rounded=0;orthogonalLoop=1;jettySize=auto;html=1;exitX=1;exitY=0.5;exitDx=0;exitDy=0;entryX=0;entryY=0.5;entryDx=0;entryDy=0;fontSize=12;startSize=8;endSize=8;" target="03euvOwXVPt6zQrmq0_L-124">
          <mxGeometry relative="1" as="geometry" />
        </mxCell>
        <mxCell id="03euvOwXVPt6zQrmq0_L-127" connectable="0" parent="03euvOwXVPt6zQrmq0_L-126" style="edgeLabel;html=1;align=center;verticalAlign=middle;resizable=0;points=[];fontSize=12;" value="空间配置" vertex="1">
          <mxGeometry relative="1" x="-0.2326" y="-1" as="geometry">
            <mxPoint as="offset" />
          </mxGeometry>
        </mxCell>
        <mxCell id="03euvOwXVPt6zQrmq0_L-120" parent="1" style="whiteSpace=wrap;html=1;" value="管理员用户" vertex="1">
          <mxGeometry height="21" width="62" x="-423" y="-470.5" as="geometry" />
        </mxCell>
        <mxCell id="03euvOwXVPt6zQrmq0_L-121" parent="1" style="shape=table;startSize=0;container=1;collapsible=0;childLayout=tableLayout;fixedHeader=1;" value="" vertex="1">
          <mxGeometry height="51.5" width="83" x="-243" y="-492" as="geometry" />
        </mxCell>
        <mxCell id="03euvOwXVPt6zQrmq0_L-122" parent="03euvOwXVPt6zQrmq0_L-121" style="shape=tableRow;horizontal=0;startSize=0;swimlaneHead=0;swimlaneBody=0;strokeColor=inherit;top=0;left=0;bottom=0;right=0;collapsible=0;dropTarget=0;fillColor=none;points=[[0,0.5],[1,0.5]];portConstraint=eastwest;fixedHeader=1;" value="" vertex="1">
          <mxGeometry height="14" width="83" as="geometry" />
        </mxCell>
        <mxCell id="03euvOwXVPt6zQrmq0_L-123" parent="03euvOwXVPt6zQrmq0_L-122" style="shape=partialRectangle;html=1;whiteSpace=wrap;connectable=0;strokeColor=inherit;overflow=hidden;fillColor=none;top=0;left=0;bottom=0;right=0;pointerEvents=1;" value="2" vertex="1">
          <mxGeometry height="14" width="83" as="geometry">
            <mxRectangle height="14" width="83" as="alternateBounds" />
          </mxGeometry>
        </mxCell>
        <mxCell id="03euvOwXVPt6zQrmq0_L-124" parent="03euvOwXVPt6zQrmq0_L-121" style="shape=tableRow;horizontal=0;startSize=0;swimlaneHead=0;swimlaneBody=0;strokeColor=inherit;top=0;left=0;bottom=0;right=0;collapsible=0;dropTarget=0;fillColor=none;points=[[0,0.5],[1,0.5]];portConstraint=eastwest;fixedHeader=1;" value="" vertex="1">
-           <mxGeometry height="38" width="83" y="14" as="geometry" />
+           <mxGeometry height="37" width="83" y="14" as="geometry" />
        </mxCell>
        <mxCell id="03euvOwXVPt6zQrmq0_L-125" parent="03euvOwXVPt6zQrmq0_L-124" style="shape=partialRectangle;html=1;whiteSpace=wrap;connectable=0;strokeColor=inherit;overflow=hidden;fillColor=none;top=0;left=0;bottom=0;right=0;pointerEvents=1;" value="维护空间资源" vertex="1">
-           <mxGeometry height="38" width="83" as="geometry">
-             <mxRectangle height="38" width="83" as="alternateBounds" />
+           <mxGeometry height="37" width="83" as="geometry">
+             <mxRectangle height="37" width="83" as="alternateBounds" />
          </mxGeometry>
        </mxCell>
        <mxCell id="03euvOwXVPt6zQrmq0_L-128" edge="1" parent="1" style="edgeStyle=none;orthogonalLoop=1;jettySize=auto;html=1;rounded=0;fontSize=12;startSize=8;endSize=8;curved=1;entryX=0.5;entryY=1;entryDx=0;entryDy=0;" target="03euvOwXVPt6zQrmq0_L-49" value="">
          <mxGeometry relative="1" width="140" as="geometry">
            <Array as="points" />
            <mxPoint x="-184" y="-507" as="sourcePoint" />
            <mxPoint x="-370" y="-548" as="targetPoint" />
          </mxGeometry>
        </mxCell>
        <mxCell id="03euvOwXVPt6zQrmq0_L-129" connectable="0" parent="03euvOwXVPt6zQrmq0_L-128" style="edgeLabel;html=1;align=center;verticalAlign=middle;resizable=0;points=[];fontSize=12;" value="自习室/座位/平面图信息" vertex="1">
          <mxGeometry relative="1" x="-0.1551" as="geometry">
            <mxPoint as="offset" />
          </mxGeometry>
        </mxCell>
        <mxCell id="03euvOwXVPt6zQrmq0_L-142" edge="1" parent="1" source="03euvOwXVPt6zQrmq0_L-75" style="endArrow=classic;html=1;rounded=0;fontSize=12;startSize=8;endSize=8;curved=1;entryX=0.5;entryY=1;entryDx=0;entryDy=0;exitX=0;exitY=0.5;exitDx=0;exitDy=0;" target="03euvOwXVPt6zQrmq0_L-54" value="">
          <mxGeometry height="50" relative="1" width="50" as="geometry">
            <mxPoint x="210.99600000000012" y="-472.5499999999999" as="sourcePoint" />
            <mxPoint x="34.6349999999998" y="-537" as="targetPoint" />
          </mxGeometry>
        </mxCell>
        <mxCell id="03euvOwXVPt6zQrmq0_L-143" connectable="0" parent="03euvOwXVPt6zQrmq0_L-142" style="edgeLabel;html=1;align=center;verticalAlign=middle;resizable=0;points=[];fontSize=12;" value="签到信息" vertex="1">
          <mxGeometry relative="1" x="0.1479" as="geometry">
            <mxPoint as="offset" />
          </mxGeometry>
        </mxCell>
        <mxCell id="03euvOwXVPt6zQrmq0_L-150" edge="1" parent="1" source="03euvOwXVPt6zQrmq0_L-68" style="endArrow=classic;html=1;rounded=0;fontSize=12;startSize=8;endSize=8;curved=1;exitX=0.491;exitY=0.285;exitDx=0;exitDy=0;exitPerimeter=0;entryX=0.565;entryY=0.937;entryDx=0;entryDy=0;entryPerimeter=0;" target="03euvOwXVPt6zQrmq0_L-75" value="">
          <mxGeometry height="50" relative="1" width="50" as="geometry">
            <mxPoint x="300" y="-408" as="sourcePoint" />
            <mxPoint x="178" y="-433" as="targetPoint" />
          </mxGeometry>
        </mxCell>
        <mxCell id="03euvOwXVPt6zQrmq0_L-151" connectable="0" parent="03euvOwXVPt6zQrmq0_L-150" style="edgeLabel;html=1;align=center;verticalAlign=middle;resizable=0;points=[];fontSize=12;" value="签到结果" vertex="1">
          <mxGeometry relative="1" x="-0.0194" y="1" as="geometry">
            <mxPoint as="offset" />
          </mxGeometry>
        </mxCell>
      </root>
    </mxGraphModel>
  </diagram>
</mxfile>
